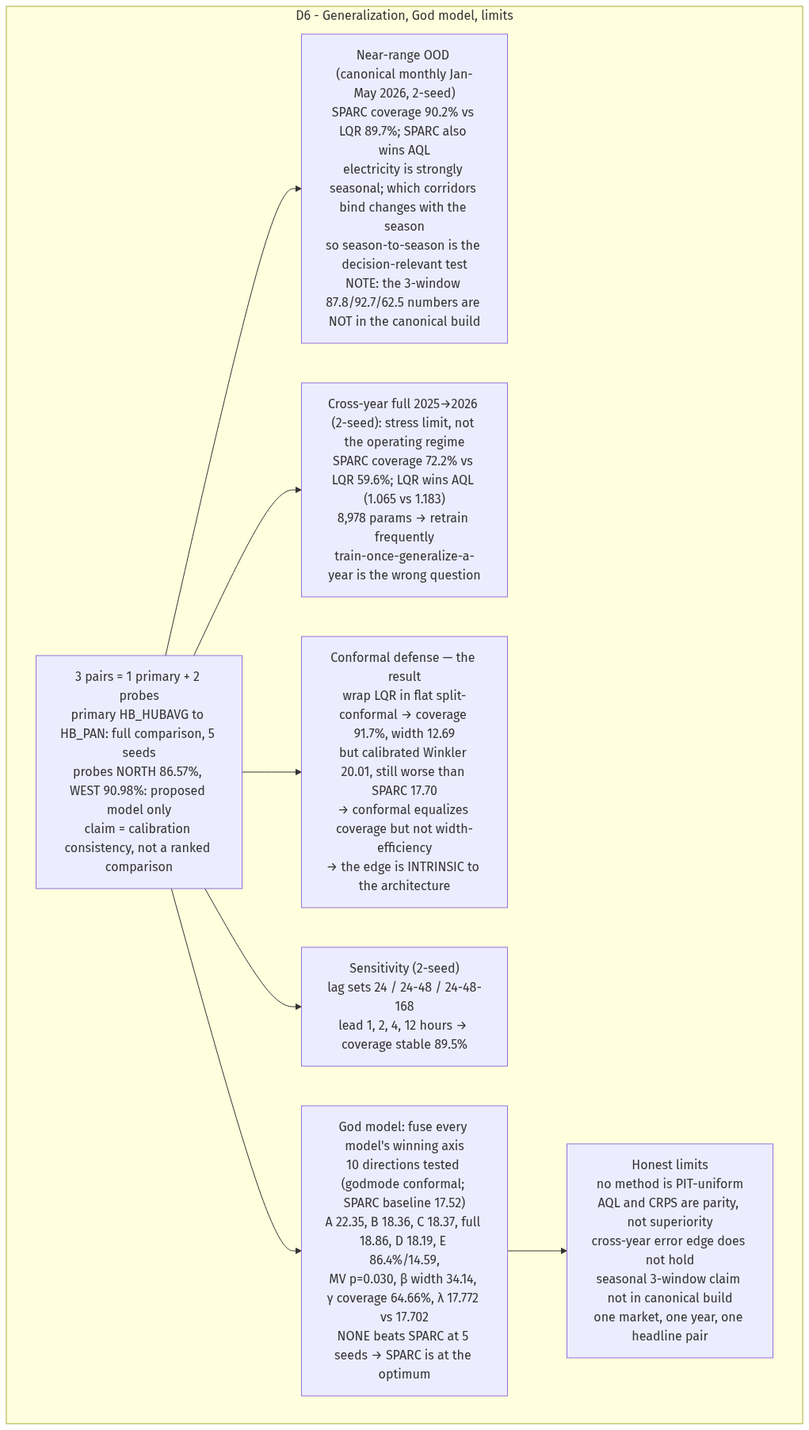
This is docs/explanation/06-sparc-flow-07-G_D6.png from L1ZLe/ercot-casp-paper, a Mermaid export, as it was before one commit. Its source is kept beside it as docs/explanation/06-sparc-flow-07-G_D6.mmd.
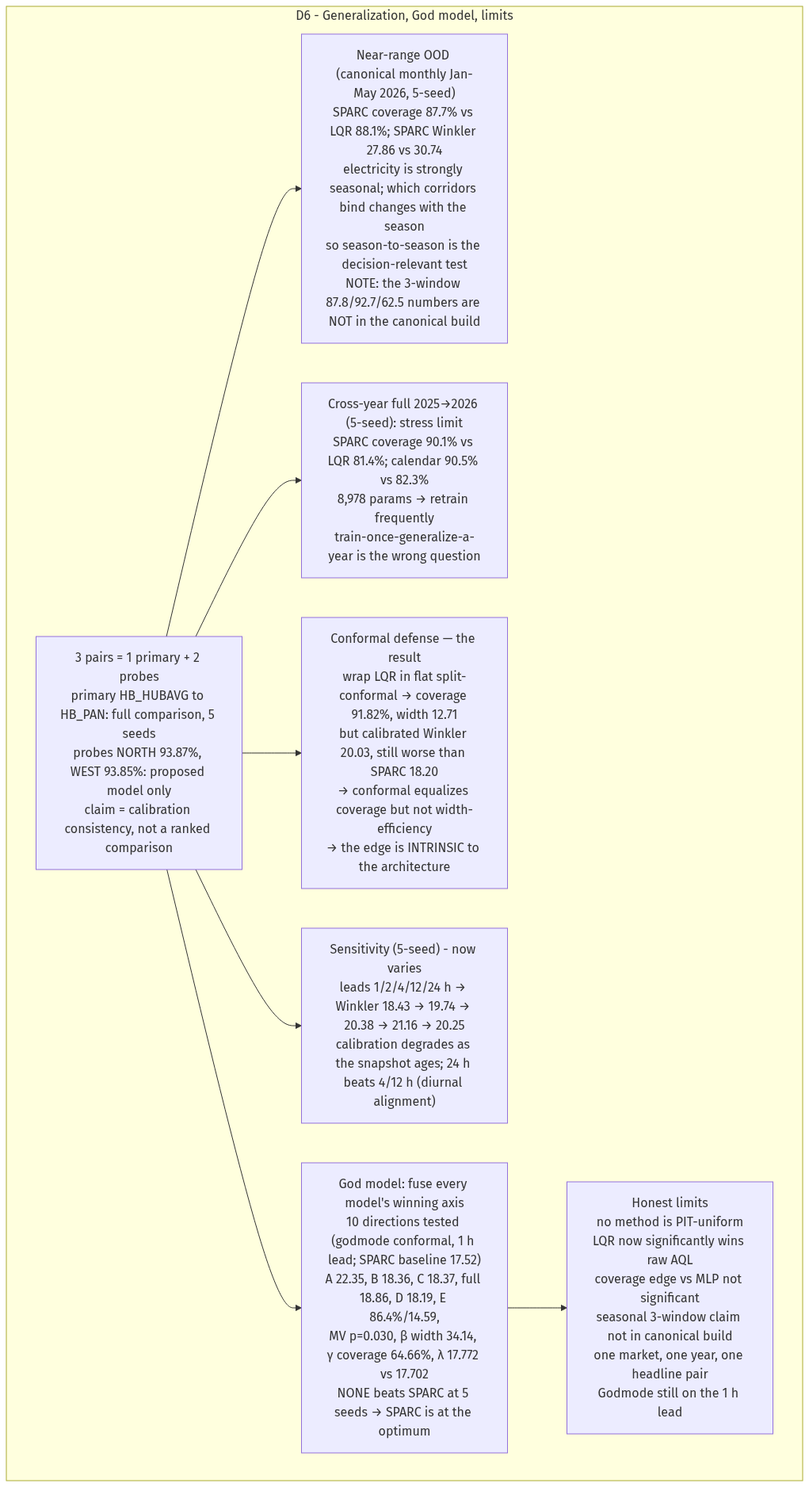
Later version of the same file.

What changed in the source:
```diff
@@ -1,10 +1,10 @@
 flowchart TD
 subgraph G_D6["D6 - Generalization, God model, limits"]
-    PAIRS["3 pairs = 1 primary + 2 probes<br/>primary HB_HUBAVG to HB_PAN: full comparison, 5 seeds<br/>probes NORTH 86.57%, WEST 90.98%: proposed model only<br/>claim = calibration consistency, not a ranked comparison"]
-    PAIRS --> SEAS["Near-range OOD (canonical monthly Jan-May 2026, 2-seed)<br/>SPARC coverage 90.2% vs LQR 89.7%; SPARC also wins AQL<br/>electricity is strongly seasonal; which corridors bind changes with the season<br/>so season-to-season is the decision-relevant test<br/>NOTE: the 3-window 87.8/92.7/62.5 numbers are NOT in the canonical build"]
-    PAIRS --> XY["Cross-year full 2025→2026 (2-seed): stress limit, not the operating regime<br/>SPARC coverage 72.2% vs LQR 59.6%; LQR wins AQL (1.065 vs 1.183)<br/>8,978 params → retrain frequently<br/>train-once-generalize-a-year is the wrong question"]
-    PAIRS --> CONF["Conformal defense — the result<br/>wrap LQR in flat split-conformal → coverage 91.7%, width 12.69<br/>but calibrated Winkler 20.01, still worse than SPARC 17.70<br/>→ conformal equalizes coverage but not width-efficiency<br/>→ the edge is INTRINSIC to the architecture"]
-    PAIRS --> SENS["Sensitivity (2-seed)<br/>lag sets 24 / 24-48 / 24-48-168<br/>lead 1, 2, 4, 12 hours → coverage stable 89.5%"]
-    PAIRS --> GOD["God model: fuse every model's winning axis<br/>10 directions tested (godmode conformal; SPARC baseline 17.52)<br/>A 22.35, B 18.36, C 18.37, full 18.86, D 18.19, E 86.4%/14.59,<br/>MV p=0.030, β width 34.14, γ coverage 64.66%, λ 17.772 vs 17.702<br/>NONE beats SPARC at 5 seeds → SPARC is at the optimum"]
-    GOD --> LIM["Honest limits<br/>no method is PIT-uniform<br/>AQL and CRPS are parity, not superiority<br/>cross-year error edge does not hold<br/>seasonal 3-window claim not in canonical build<br/>one market, one year, one headline pair"]
+    PAIRS["3 pairs = 1 primary + 2 probes<br/>primary HB_HUBAVG to HB_PAN: full comparison, 5 seeds<br/>probes NORTH 93.87%, WEST 93.85%: proposed model only<br/>claim = calibration consistency, not a ranked comparison"]
+    PAIRS --> SEAS["Near-range OOD (canonical monthly Jan-May 2026, 5-seed)<br/>SPARC coverage 87.7% vs LQR 88.1%; SPARC Winkler 27.86 vs 30.74<br/>electricity is strongly seasonal; which corridors bind changes with the season<br/>so season-to-season is the decision-relevant test<br/>NOTE: the 3-window 87.8/92.7/62.5 numbers are NOT in the canonical build"]
+    PAIRS --> XY["Cross-year full 2025→2026 (5-seed): stress limit<br/>SPARC coverage 90.1% vs LQR 81.4%; calendar 90.5% vs 82.3%<br/>8,978 params → retrain frequently<br/>train-once-generalize-a-year is the wrong question"]
+    PAIRS --> CONF["Conformal defense — the result<br/>wrap LQR in flat split-conformal → coverage 91.82%, width 12.71<br/>but calibrated Winkler 20.03, still worse than SPARC 18.20<br/>→ conformal equalizes coverage but not width-efficiency<br/>→ the edge is INTRINSIC to the architecture"]
+    PAIRS --> SENS["Sensitivity (5-seed) - now varies<br/>leads 1/2/4/12/24 h → Winkler 18.43 → 19.74 → 20.38 → 21.16 → 20.25<br/>calibration degrades as the snapshot ages; 24 h beats 4/12 h (diurnal alignment)"]
+    PAIRS --> GOD["God model: fuse every model's winning axis<br/>10 directions tested (godmode conformal, 1 h lead; SPARC baseline 17.52)<br/>A 22.35, B 18.36, C 18.37, full 18.86, D 18.19, E 86.4%/14.59,<br/>MV p=0.030, β width 34.14, γ coverage 64.66%, λ 17.772 vs 17.702<br/>NONE beats SPARC at 5 seeds → SPARC is at the optimum"]
+    GOD --> LIM["Honest limits<br/>no method is PIT-uniform<br/>LQR now significantly wins raw AQL<br/>coverage edge vs MLP not significant<br/>seasonal 3-window claim not in canonical build<br/>one market, one year, one headline pair<br/>Godmode still on the 1 h lead"]
   end
```
